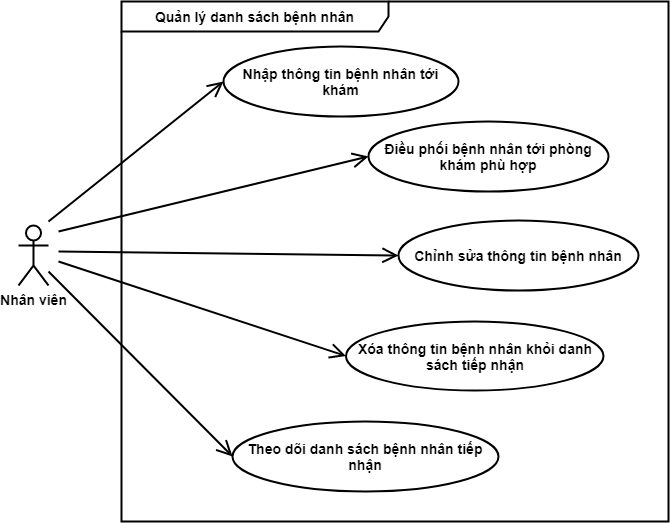
Above: draw.io/quanlydanhsachbenhnhan.png in tranphuongthao2405/finalproject (draw.io), before the change. Source tidied: cells renumbered, new cells last; positions are measured from the earlier drawing's top-left corner, leaving out a move shared by most shapes. The source it was exported from:
```xml
<mxGraphModel>
  <root>
    <mxCell id="0" />
    <mxCell id="1" parent="0" />
    <mxCell id="2" value="Quản lý danh sách bệnh nhân" style="shape=umlFrame;whiteSpace=wrap;html=1;width=267;height=30;fontSize=14;fontStyle=1;labelBackgroundColor=none;strokeWidth=2;" parent="1" vertex="1">
      <mxGeometry x="103" width="547" height="520" as="geometry" />
    </mxCell>
    <mxCell id="3" value="Nhân viên" style="shape=umlActor;verticalLabelPosition=bottom;verticalAlign=top;html=1;fontSize=14;fontStyle=1;labelBackgroundColor=none;strokeWidth=2;" parent="1" vertex="1">
      <mxGeometry y="224" width="30" height="60" as="geometry" />
    </mxCell>
    <mxCell id="4" value="Nhập thông tin bệnh nhân tới khám" style="ellipse;whiteSpace=wrap;html=1;fontSize=14;fontStyle=1;labelBackgroundColor=none;strokeWidth=2;" parent="1" vertex="1">
      <mxGeometry x="205" y="45" width="235" height="70" as="geometry" />
    </mxCell>
    <mxCell id="5" value="Theo dõi danh sách bệnh nhân tiếp nhận" style="ellipse;whiteSpace=wrap;html=1;fontSize=14;fontStyle=1;labelBackgroundColor=none;strokeWidth=2;" parent="1" vertex="1">
      <mxGeometry x="214" y="420" width="266" height="70" as="geometry" />
    </mxCell>
    <mxCell id="6" style="endArrow=open;endFill=1;endSize=12;html=1;entryX=0;entryY=0.5;entryDx=0;entryDy=0;fontSize=14;fontStyle=1;labelBackgroundColor=none;strokeWidth=2;" parent="1" edge="1" target="4">
      <mxGeometry relative="1" as="geometry">
        <mxPoint x="30" y="220" as="sourcePoint" />
      </mxGeometry>
    </mxCell>
    <mxCell id="7" value="Xóa thông tin bệnh nhân khỏi danh sách tiếp nhận" style="ellipse;whiteSpace=wrap;html=1;fontSize=14;fontStyle=1;labelBackgroundColor=none;strokeWidth=2;" parent="1" vertex="1">
      <mxGeometry x="327.5" y="320" width="257.5" height="69" as="geometry" />
    </mxCell>
    <mxCell id="8" value="&lt;b&gt;Điều phối bệnh nhân tới phòng khám phù hợp&lt;/b&gt;" style="ellipse;whiteSpace=wrap;html=1;labelBackgroundColor=none;fontSize=14;strokeWidth=2;" parent="1" vertex="1">
      <mxGeometry x="350" y="120" width="240" height="70" as="geometry" />
    </mxCell>
    <mxCell id="9" style="endArrow=open;endFill=1;endSize=12;html=1;entryX=0;entryY=0.5;entryDx=0;entryDy=0;fontSize=14;fontStyle=1;labelBackgroundColor=none;strokeWidth=2;" parent="1" edge="1" target="8">
      <mxGeometry relative="1" as="geometry">
        <mxPoint x="40" y="230" as="sourcePoint" />
      </mxGeometry>
    </mxCell>
    <mxCell id="10" style="endArrow=open;endFill=1;endSize=12;html=1;entryX=0;entryY=0.5;entryDx=0;entryDy=0;fontSize=14;fontStyle=1;labelBackgroundColor=none;strokeWidth=2;" parent="1" edge="1" target="7">
      <mxGeometry relative="1" as="geometry">
        <mxPoint x="40" y="260" as="sourcePoint" />
      </mxGeometry>
    </mxCell>
    <mxCell id="11" style="endArrow=open;endFill=1;endSize=12;html=1;entryX=0;entryY=0.5;entryDx=0;entryDy=0;fontSize=14;fontStyle=1;labelBackgroundColor=none;strokeWidth=2;" parent="1" edge="1" target="5">
      <mxGeometry relative="1" as="geometry">
        <mxPoint x="30" y="270" as="sourcePoint" />
      </mxGeometry>
    </mxCell>
    <mxCell id="12" value="&lt;b&gt;Chỉnh sửa thông tin bệnh nhân&lt;/b&gt;" style="ellipse;whiteSpace=wrap;html=1;labelBackgroundColor=none;fontSize=14;strokeWidth=2;" parent="1" vertex="1">
      <mxGeometry x="380" y="219" width="240" height="70" as="geometry" />
    </mxCell>
    <mxCell id="13" style="endArrow=open;endFill=1;endSize=12;html=1;entryX=0;entryY=0.5;entryDx=0;entryDy=0;fontSize=14;fontStyle=1;labelBackgroundColor=none;strokeWidth=2;" parent="1" edge="1" target="12">
      <mxGeometry relative="1" as="geometry">
        <mxPoint x="40" y="250" as="sourcePoint" />
      </mxGeometry>
    </mxCell>
  </root>
</mxGraphModel>
```
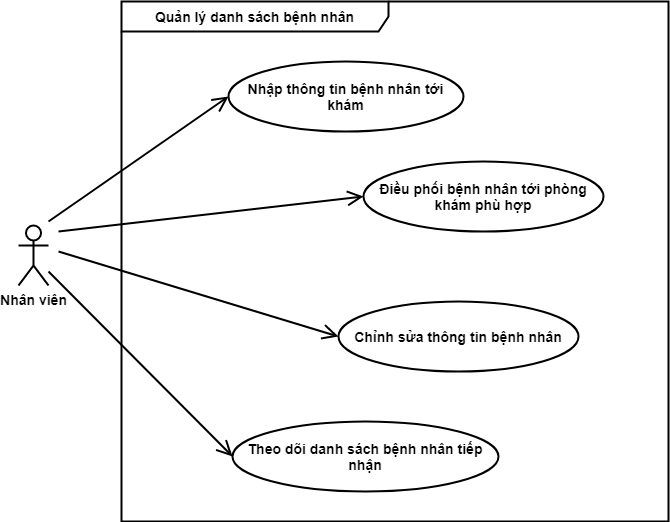
Later version of the same file.

Diff of the diagram source:
```diff
@@ -9,7 +9,7 @@
       <mxGeometry y="224" width="30" height="60" as="geometry" />
     </mxCell>
     <mxCell id="4" value="Nhập thông tin bệnh nhân tới khám" style="ellipse;whiteSpace=wrap;html=1;fontSize=14;fontStyle=1;labelBackgroundColor=none;strokeWidth=2;" parent="1" vertex="1">
-      <mxGeometry x="205" y="45" width="235" height="70" as="geometry" />
+      <mxGeometry x="210" y="60" width="235" height="70" as="geometry" />
     </mxCell>
     <mxCell id="5" value="Theo dõi danh sách bệnh nhân tiếp nhận" style="ellipse;whiteSpace=wrap;html=1;fontSize=14;fontStyle=1;labelBackgroundColor=none;strokeWidth=2;" parent="1" vertex="1">
       <mxGeometry x="214" y="420" width="266" height="70" as="geometry" />
@@ -19,29 +19,21 @@
         <mxPoint x="30" y="220" as="sourcePoint" />
       </mxGeometry>
     </mxCell>
-    <mxCell id="7" value="Xóa thông tin bệnh nhân khỏi danh sách tiếp nhận" style="ellipse;whiteSpace=wrap;html=1;fontSize=14;fontStyle=1;labelBackgroundColor=none;strokeWidth=2;" parent="1" vertex="1">
-      <mxGeometry x="327.5" y="320" width="257.5" height="69" as="geometry" />
-    </mxCell>
     <mxCell id="8" value="&lt;b&gt;Điều phối bệnh nhân tới phòng khám phù hợp&lt;/b&gt;" style="ellipse;whiteSpace=wrap;html=1;labelBackgroundColor=none;fontSize=14;strokeWidth=2;" parent="1" vertex="1">
-      <mxGeometry x="350" y="120" width="240" height="70" as="geometry" />
+      <mxGeometry x="345" y="160" width="240" height="70" as="geometry" />
     </mxCell>
     <mxCell id="9" style="endArrow=open;endFill=1;endSize=12;html=1;entryX=0;entryY=0.5;entryDx=0;entryDy=0;fontSize=14;fontStyle=1;labelBackgroundColor=none;strokeWidth=2;" parent="1" edge="1" target="8">
       <mxGeometry relative="1" as="geometry">
         <mxPoint x="40" y="230" as="sourcePoint" />
       </mxGeometry>
     </mxCell>
-    <mxCell id="10" style="endArrow=open;endFill=1;endSize=12;html=1;entryX=0;entryY=0.5;entryDx=0;entryDy=0;fontSize=14;fontStyle=1;labelBackgroundColor=none;strokeWidth=2;" parent="1" edge="1" target="7">
-      <mxGeometry relative="1" as="geometry">
-        <mxPoint x="40" y="260" as="sourcePoint" />
-      </mxGeometry>
-    </mxCell>
     <mxCell id="11" style="endArrow=open;endFill=1;endSize=12;html=1;entryX=0;entryY=0.5;entryDx=0;entryDy=0;fontSize=14;fontStyle=1;labelBackgroundColor=none;strokeWidth=2;" parent="1" edge="1" target="5">
       <mxGeometry relative="1" as="geometry">
         <mxPoint x="30" y="270" as="sourcePoint" />
       </mxGeometry>
     </mxCell>
     <mxCell id="12" value="&lt;b&gt;Chỉnh sửa thông tin bệnh nhân&lt;/b&gt;" style="ellipse;whiteSpace=wrap;html=1;labelBackgroundColor=none;fontSize=14;strokeWidth=2;" parent="1" vertex="1">
-      <mxGeometry x="380" y="219" width="240" height="70" as="geometry" />
+      <mxGeometry x="320" y="300" width="240" height="70" as="geometry" />
     </mxCell>
     <mxCell id="13" style="endArrow=open;endFill=1;endSize=12;html=1;entryX=0;entryY=0.5;entryDx=0;entryDy=0;fontSize=14;fontStyle=1;labelBackgroundColor=none;strokeWidth=2;" parent="1" edge="1" target="12">
       <mxGeometry relative="1" as="geometry">
```
